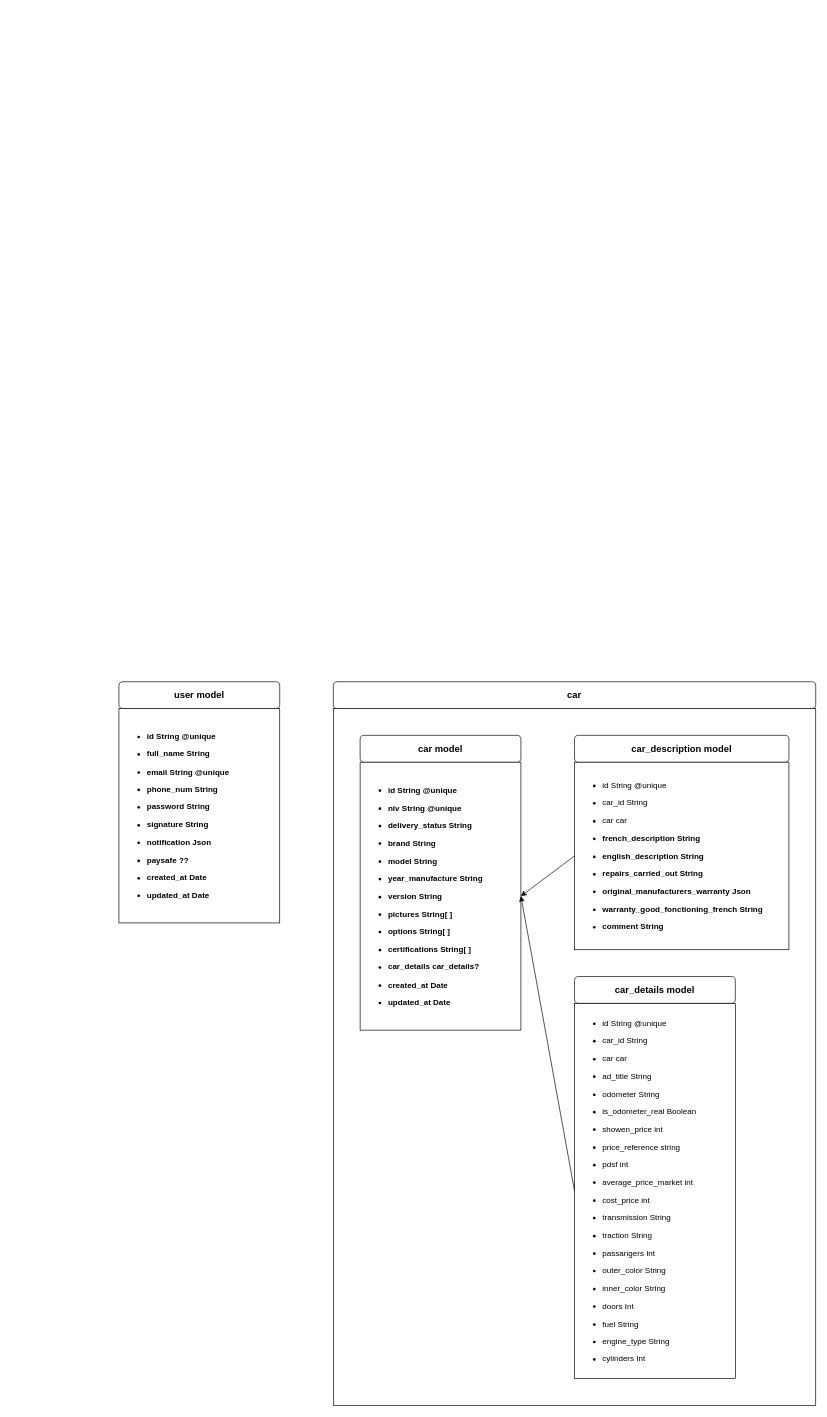
Above: Untitled Diagram.drawio in moumbou/assistante-sociale (draw.io), before the change. Source tidied: cells renumbered, new cells numbered last; positions are measured from the earlier drawing's top-left corner, leaving out a move shared by most shapes. Both pictures are drawn from the tidied source at 67%, with x=0, y=0 at pixel (119, 681).
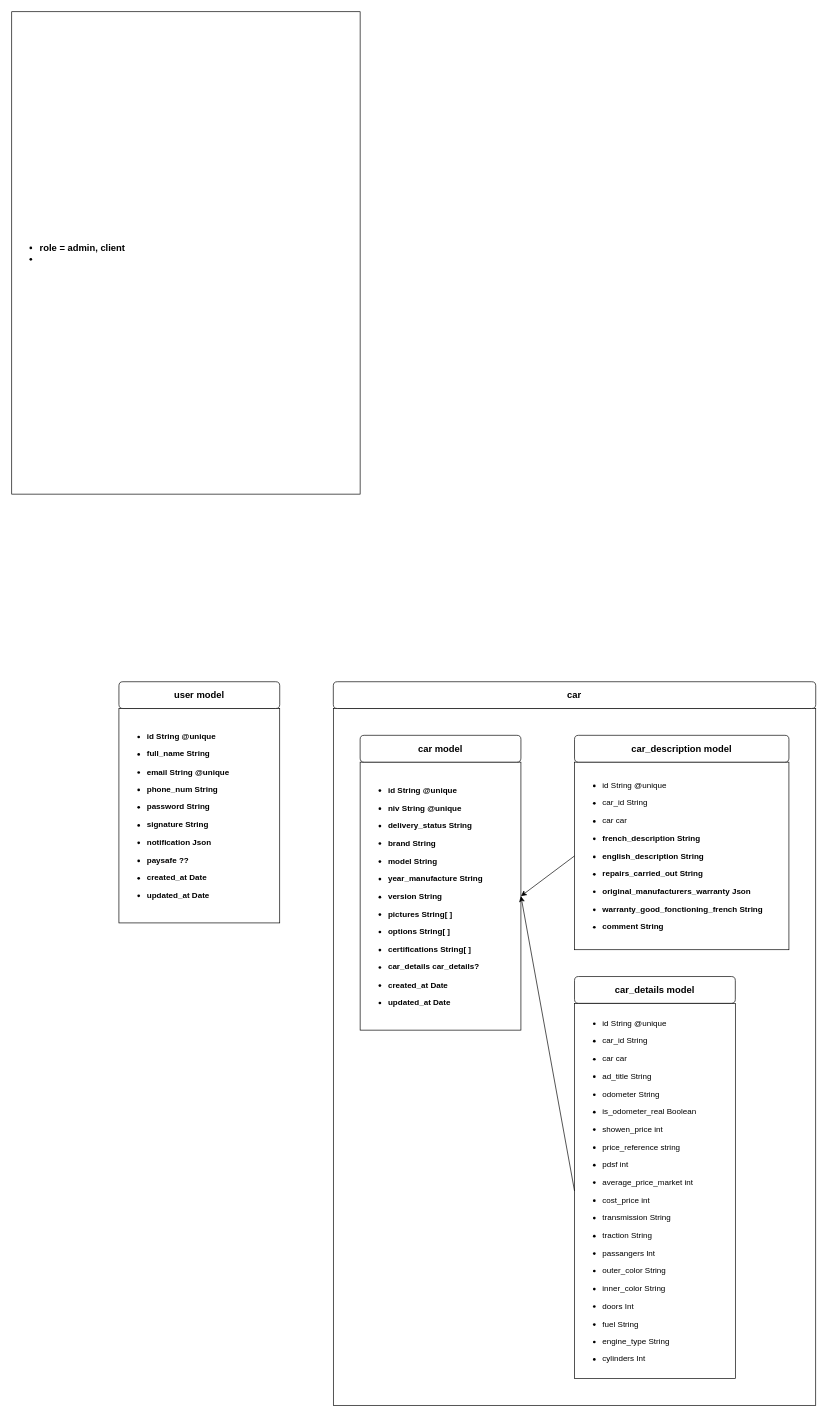
Above is the later version.

Diff of the diagram source:
```diff
@@
 <mxGraphModel>
   <root>
     <mxCell id="0" />
     <mxCell id="1" parent="0" />
     <mxCell id="2" style="rounded=0;whiteSpace=wrap;html=1;" parent="1" vertex="1">
       <mxGeometry x="320" y="40" width="720" height="1040" as="geometry" />
     </mxCell>
     <mxCell id="3" value="&lt;h4&gt;&lt;/h4&gt;&lt;h2&gt;&lt;/h2&gt;&lt;h4&gt;&lt;/h4&gt;&lt;h4&gt;&lt;/h4&gt;&lt;h5&gt;&lt;/h5&gt;&lt;h3&gt;&lt;/h3&gt;&lt;h4&gt;&lt;ul&gt;&lt;li&gt;id String @unique&lt;/li&gt;&lt;/ul&gt;&lt;ul&gt;&lt;li&gt;full_name String&lt;/li&gt;&lt;/ul&gt;&lt;ul&gt;&lt;li&gt;email String @unique&lt;/li&gt;&lt;/ul&gt;&lt;ul&gt;&lt;li&gt;phone_num String&lt;/li&gt;&lt;/ul&gt;&lt;ul&gt;&lt;li&gt;password String&lt;/li&gt;&lt;/ul&gt;&lt;ul&gt;&lt;li&gt;signature String&lt;/li&gt;&lt;/ul&gt;&lt;ul&gt;&lt;li&gt;notification Json&lt;/li&gt;&lt;/ul&gt;&lt;ul&gt;&lt;li&gt;paysafe ??&lt;/li&gt;&lt;/ul&gt;&lt;ul&gt;&lt;li&gt;created_at Date&lt;/li&gt;&lt;/ul&gt;&lt;ul&gt;&lt;li&gt;updated_at Date&lt;/li&gt;&lt;/ul&gt;&lt;/h4&gt;" style="rounded=0;whiteSpace=wrap;html=1;align=left;" parent="1" vertex="1">
       <mxGeometry y="40" width="240" height="320" as="geometry" />
     </mxCell>
     <mxCell id="4" value="&lt;h3&gt;user model&lt;/h3&gt;" style="rounded=1;whiteSpace=wrap;html=1;" parent="1" vertex="1">
       <mxGeometry width="240" height="40" as="geometry" />
     </mxCell>
     <mxCell id="5" value="&lt;h4&gt;&lt;/h4&gt;&lt;h2&gt;&lt;/h2&gt;&lt;h4&gt;&lt;/h4&gt;&lt;h4&gt;&lt;/h4&gt;&lt;h5&gt;&lt;/h5&gt;&lt;h3&gt;&lt;/h3&gt;&lt;h4&gt;&lt;/h4&gt;&lt;h4&gt;&lt;/h4&gt;&lt;h4&gt;&lt;/h4&gt;&lt;h4&gt;&lt;ul&gt;&lt;li&gt;id String @unique&lt;/li&gt;&lt;/ul&gt;&lt;ul&gt;&lt;li&gt;niv String @unique&lt;/li&gt;&lt;/ul&gt;&lt;ul&gt;&lt;li&gt;delivery_status String&lt;/li&gt;&lt;/ul&gt;&lt;ul&gt;&lt;li&gt;brand String&lt;/li&gt;&lt;/ul&gt;&lt;ul&gt;&lt;li&gt;model String&lt;/li&gt;&lt;/ul&gt;&lt;ul&gt;&lt;li&gt;year_manufacture String&lt;/li&gt;&lt;/ul&gt;&lt;ul&gt;&lt;li&gt;version String&lt;/li&gt;&lt;/ul&gt;&lt;ul&gt;&lt;li&gt;pictures String[ ]&lt;/li&gt;&lt;/ul&gt;&lt;ul&gt;&lt;li&gt;options String[ ]&lt;/li&gt;&lt;/ul&gt;&lt;ul&gt;&lt;li&gt;certifications String[ ]&lt;/li&gt;&lt;/ul&gt;&lt;ul&gt;&lt;li&gt;car_details car_details?&lt;/li&gt;&lt;/ul&gt;&lt;ul&gt;&lt;li&gt;created_at Date&lt;/li&gt;&lt;/ul&gt;&lt;ul&gt;&lt;li&gt;updated_at Date&lt;/li&gt;&lt;/ul&gt;&lt;/h4&gt;" style="rounded=0;whiteSpace=wrap;html=1;align=left;" parent="1" vertex="1">
       <mxGeometry x="360" y="120" width="240" height="400" as="geometry" />
     </mxCell>
     <mxCell id="6" value="&lt;h3&gt;car model&lt;/h3&gt;" style="rounded=1;whiteSpace=wrap;html=1;" parent="1" vertex="1">
       <mxGeometry x="360" y="80" width="240" height="40" as="geometry" />
     </mxCell>
     <mxCell id="7" value="&lt;h4&gt;&lt;/h4&gt;&lt;h2&gt;&lt;/h2&gt;&lt;h4&gt;&lt;/h4&gt;&lt;h4&gt;&lt;/h4&gt;&lt;h5&gt;&lt;/h5&gt;&lt;h3&gt;&lt;/h3&gt;&lt;h4&gt;&lt;/h4&gt;&lt;h4&gt;&lt;/h4&gt;&lt;h4&gt;&lt;ul&gt;&lt;li&gt;&lt;span style=&quot;background-color: initial; font-weight: normal;&quot;&gt;id String @unique&lt;/span&gt;&lt;/li&gt;&lt;/ul&gt;&lt;ul&gt;&lt;li&gt;&lt;span style=&quot;background-color: initial; font-weight: normal;&quot;&gt;car_id String&lt;/span&gt;&lt;/li&gt;&lt;/ul&gt;&lt;ul&gt;&lt;li&gt;&lt;span style=&quot;background-color: initial; font-weight: normal;&quot;&gt;car car&lt;/span&gt;&lt;/li&gt;&lt;/ul&gt;&lt;ul&gt;&lt;li&gt;&lt;span style=&quot;background-color: initial; font-weight: normal;&quot;&gt;ad_title String&lt;/span&gt;&lt;/li&gt;&lt;/ul&gt;&lt;ul&gt;&lt;li&gt;&lt;span style=&quot;background-color: initial; font-weight: normal;&quot;&gt;odometer String&lt;/span&gt;&lt;/li&gt;&lt;/ul&gt;&lt;ul&gt;&lt;li&gt;&lt;span style=&quot;background-color: initial; font-weight: normal;&quot;&gt;is_odometer_real Boolean&lt;/span&gt;&lt;/li&gt;&lt;/ul&gt;&lt;ul&gt;&lt;li&gt;&lt;span style=&quot;background-color: initial; font-weight: normal;&quot;&gt;showen_price int&lt;/span&gt;&lt;/li&gt;&lt;/ul&gt;&lt;ul&gt;&lt;li&gt;&lt;span style=&quot;background-color: initial; font-weight: normal;&quot;&gt;price_reference string&lt;/span&gt;&lt;/li&gt;&lt;/ul&gt;&lt;ul&gt;&lt;li&gt;&lt;span style=&quot;background-color: initial; font-weight: normal;&quot;&gt;pdsf int&lt;/span&gt;&lt;/li&gt;&lt;/ul&gt;&lt;ul&gt;&lt;li&gt;&lt;span style=&quot;background-color: initial; font-weight: normal;&quot;&gt;average_price_market int&lt;/span&gt;&lt;/li&gt;&lt;/ul&gt;&lt;ul&gt;&lt;li&gt;&lt;span style=&quot;background-color: initial; font-weight: normal;&quot;&gt;cost_price int&lt;/span&gt;&lt;/li&gt;&lt;/ul&gt;&lt;ul&gt;&lt;li&gt;&lt;span style=&quot;background-color: initial; font-weight: normal;&quot;&gt;transmission String&lt;/span&gt;&lt;/li&gt;&lt;/ul&gt;&lt;ul&gt;&lt;li&gt;&lt;span style=&quot;background-color: initial; font-weight: normal;&quot;&gt;traction String&lt;/span&gt;&lt;/li&gt;&lt;/ul&gt;&lt;ul&gt;&lt;li&gt;&lt;span style=&quot;background-color: initial; font-weight: normal;&quot;&gt;passangers Int&lt;/span&gt;&lt;/li&gt;&lt;/ul&gt;&lt;ul&gt;&lt;li&gt;&lt;span style=&quot;background-color: initial; font-weight: normal;&quot;&gt;outer_color String&lt;/span&gt;&lt;/li&gt;&lt;/ul&gt;&lt;ul&gt;&lt;li&gt;&lt;span style=&quot;background-color: initial; font-weight: normal;&quot;&gt;inner_color String&lt;/span&gt;&lt;/li&gt;&lt;/ul&gt;&lt;ul&gt;&lt;li&gt;&lt;span style=&quot;background-color: initial; font-weight: normal;&quot;&gt;doors Int&lt;/span&gt;&lt;/li&gt;&lt;/ul&gt;&lt;ul&gt;&lt;li&gt;&lt;span style=&quot;background-color: initial; font-weight: normal;&quot;&gt;fuel String&lt;/span&gt;&lt;/li&gt;&lt;/ul&gt;&lt;ul&gt;&lt;li&gt;&lt;span style=&quot;background-color: initial; font-weight: normal;&quot;&gt;engine_type String&lt;/span&gt;&lt;/li&gt;&lt;/ul&gt;&lt;ul&gt;&lt;li&gt;&lt;span style=&quot;background-color: initial; font-weight: normal;&quot;&gt;cylinders Int&lt;/span&gt;&lt;/li&gt;&lt;/ul&gt;&lt;/h4&gt;" style="rounded=0;whiteSpace=wrap;html=1;align=left;" parent="1" vertex="1">
       <mxGeometry x="680" y="480" width="240" height="560" as="geometry" />
     </mxCell>
     <mxCell id="8" value="&lt;h3&gt;car_details model&lt;/h3&gt;" style="rounded=1;whiteSpace=wrap;html=1;" parent="1" vertex="1">
       <mxGeometry x="680" y="440" width="240" height="40" as="geometry" />
     </mxCell>
     <mxCell id="9" value="&lt;h4&gt;&lt;/h4&gt;&lt;h2&gt;&lt;/h2&gt;&lt;h4&gt;&lt;/h4&gt;&lt;h4&gt;&lt;/h4&gt;&lt;h5&gt;&lt;/h5&gt;&lt;h3&gt;&lt;/h3&gt;&lt;h4&gt;&lt;/h4&gt;&lt;h4&gt;&lt;/h4&gt;&lt;h4&gt;&lt;/h4&gt;&lt;h4&gt;&lt;/h4&gt;&lt;h4&gt;&lt;ul&gt;&lt;li&gt;&lt;span style=&quot;background-color: initial; font-weight: normal;&quot;&gt;id String @unique&lt;/span&gt;&lt;/li&gt;&lt;/ul&gt;&lt;ul&gt;&lt;li&gt;&lt;span style=&quot;background-color: initial; font-weight: normal;&quot;&gt;car_id String&lt;/span&gt;&lt;/li&gt;&lt;/ul&gt;&lt;ul&gt;&lt;li&gt;&lt;span style=&quot;background-color: initial; font-weight: normal;&quot;&gt;car car&lt;/span&gt;&lt;/li&gt;&lt;/ul&gt;&lt;ul&gt;&lt;li&gt;french_description String&lt;/li&gt;&lt;/ul&gt;&lt;ul&gt;&lt;li&gt;english_description String&lt;/li&gt;&lt;/ul&gt;&lt;ul&gt;&lt;li&gt;repairs_carried_out String&lt;/li&gt;&lt;/ul&gt;&lt;ul&gt;&lt;li&gt;original_manufacturers_warranty Json&lt;/li&gt;&lt;/ul&gt;&lt;ul&gt;&lt;li&gt;warranty_good_fonctioning_french String&lt;/li&gt;&lt;/ul&gt;&lt;ul&gt;&lt;li&gt;comment String&lt;/li&gt;&lt;/ul&gt;&lt;/h4&gt;" style="rounded=0;whiteSpace=wrap;html=1;align=left;" parent="1" vertex="1">
       <mxGeometry x="680" y="120" width="320" height="280" as="geometry" />
     </mxCell>
     <mxCell id="10" value="&lt;h3&gt;car_description model&lt;/h3&gt;" style="rounded=1;whiteSpace=wrap;html=1;" parent="1" vertex="1">
       <mxGeometry x="680" y="80" width="320" height="40" as="geometry" />
     </mxCell>
     <mxCell id="11" style="endArrow=classic;html=1;rounded=0;entryX=1;entryY=0.5;entryDx=0;entryDy=0;exitX=0;exitY=0.5;exitDx=0;exitDy=0;" parent="1" edge="1" source="9" target="5">
       <mxGeometry relative="1" as="geometry" />
     </mxCell>
     <mxCell id="12" style="endArrow=classic;html=1;rounded=0;exitX=0;exitY=0.5;exitDx=0;exitDy=0;entryX=1;entryY=0.5;entryDx=0;entryDy=0;" parent="1" edge="1" source="7" target="5">
       <mxGeometry relative="1" as="geometry" />
     </mxCell>
     <mxCell id="13" value="&lt;h3&gt;car&lt;/h3&gt;" style="rounded=1;whiteSpace=wrap;html=1;" parent="1" vertex="1">
       <mxGeometry x="320" width="720" height="40" as="geometry" />
     </mxCell>
+    <mxCell id="14" value="&lt;h3&gt;&lt;ul&gt;&lt;li&gt;role = admin, client&lt;/li&gt;&lt;li&gt;&lt;br&gt;&lt;/li&gt;&lt;/ul&gt;&lt;/h3&gt;" style="rounded=0;whiteSpace=wrap;html=1;align=left;" parent="1" vertex="1">
+      <mxGeometry x="-160" y="-1000" width="520" height="720" as="geometry" />
+    </mxCell>
   </root>
 </mxGraphModel>
```
